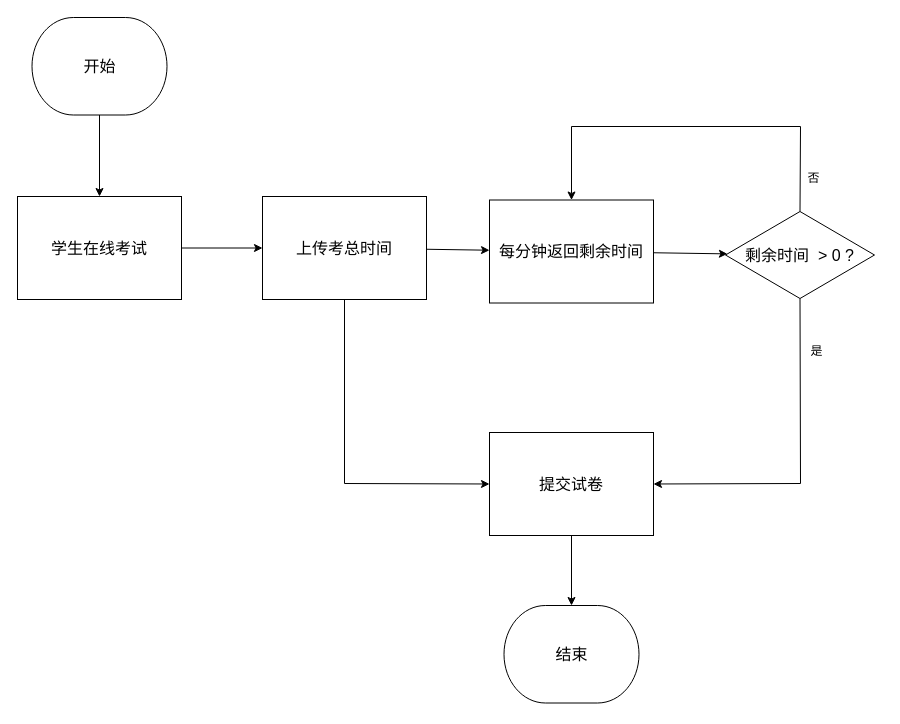
The draw.io diagram examinationSystemVue/src/4-3-4.drawio in Sakeyuan/Web-ExaminationSystem, before the edit. Source tidied: cells renumbered, new cells numbered last; positions are measured from the earlier drawing's top-left corner, leaving out a move shared by most shapes. Both pictures are drawn from the tidied source at 100%, with x=0, y=0 at pixel (17, 17).
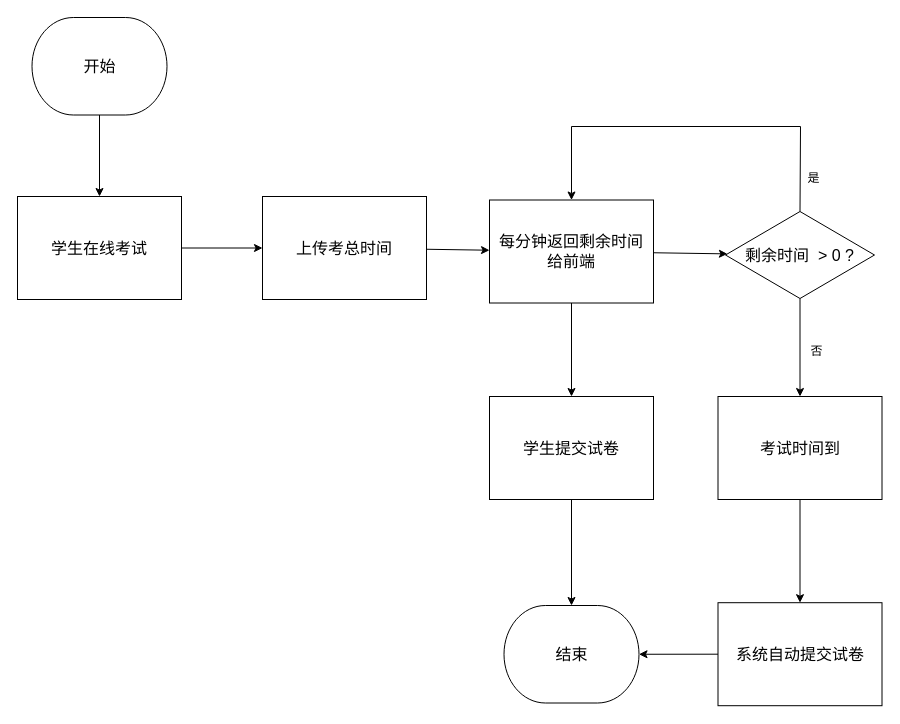
Above is the later version.

Unchanged cells that the change refers to:
```xml
<mxCell id="6" value="&lt;span style=&quot;font-size: 16px;&quot;&gt;上传考总时间&lt;/span&gt;" style="rounded=0;whiteSpace=wrap;html=1;fillColor=#FFFFFF;strokeColor=#000000;strokeWidth=1;fontColor=#000000;fontSize=16;" parent="1" vertex="1">
  <mxGeometry x="245" y="179" width="164" height="103" as="geometry" />
</mxCell>
<mxCell id="9" value="结束" style="strokeWidth=1;html=1;shape=mxgraph.flowchart.terminator;whiteSpace=wrap;fillColor=#FFFFFF;strokeColor=#000000;fontColor=#000000;fontSize=16;" parent="1" vertex="1">
  <mxGeometry x="486.5" y="588" width="135" height="97.5" as="geometry" />
</mxCell>
<mxCell id="14" value="剩余时间&amp;nbsp; &amp;gt; 0 ?" style="rhombus;whiteSpace=wrap;html=1;fontSize=16;fillColor=#FFFFFF;strokeColor=#000000;fontColor=#000000;rounded=0;strokeWidth=1;" parent="1" vertex="1">
  <mxGeometry x="708" y="194" width="149" height="87" as="geometry" />
</mxCell>
```

Diff of the diagram source:
```diff
@@
-    <mxCell id="5" style="edgeStyle=none;html=1;exitX=0.5;exitY=1;exitDx=0;exitDy=0;entryX=0;entryY=0.5;entryDx=0;entryDy=0;strokeColor=#000000;rounded=0;" parent="1" edge="1" source="6" target="16">
-      <mxGeometry relative="1" as="geometry">
-        <Array as="points">
-          <mxPoint x="327" y="466" />
-        </Array>
-      </mxGeometry>
-    </mxCell>
@@
+    <mxCell id="19" style="edgeStyle=none;html=1;exitX=0.5;exitY=1;exitDx=0;exitDy=0;entryX=0.5;entryY=0;entryDx=0;entryDy=0;strokeColor=#000000;" parent="1" edge="1" source="11" target="16">
+      <mxGeometry relative="1" as="geometry" />
+    </mxCell>
-    <mxCell id="11" value="每分钟返回剩余时间" style="rounded=0;whiteSpace=wrap;html=1;fillColor=#FFFFFF;strokeColor=#000000;strokeWidth=1;fontColor=#000000;fontSize=16;" parent="1" vertex="1">
+    <mxCell id="11" value="每分钟返回剩余时间&lt;br&gt;给前端" style="rounded=0;whiteSpace=wrap;html=1;fillColor=#FFFFFF;strokeColor=#000000;strokeWidth=1;fontColor=#000000;fontSize=16;" parent="1" vertex="1">
       <mxGeometry x="472" y="182.5" width="164" height="103" as="geometry" />
     </mxCell>
@@
-    <mxCell id="13" style="edgeStyle=none;rounded=0;html=1;exitX=0.5;exitY=1;exitDx=0;exitDy=0;entryX=1;entryY=0.5;entryDx=0;entryDy=0;strokeColor=#000000;fontColor=#000000;" parent="1" edge="1" source="14" target="16">
-      <mxGeometry relative="1" as="geometry">
-        <Array as="points">
-          <mxPoint x="783" y="466" />
-        </Array>
-      </mxGeometry>
-    </mxCell>
+    <mxCell id="20" style="edgeStyle=none;html=1;exitX=0.5;exitY=1;exitDx=0;exitDy=0;entryX=0.5;entryY=0;entryDx=0;entryDy=0;strokeColor=#000000;" parent="1" edge="1" source="14" target="22">
+      <mxGeometry relative="1" as="geometry" />
+    </mxCell>
@@
-    <mxCell id="16" value="提交试卷" style="rounded=0;whiteSpace=wrap;html=1;fillColor=#FFFFFF;strokeColor=#000000;strokeWidth=1;fontColor=#000000;fontSize=16;" parent="1" vertex="1">
-      <mxGeometry x="472" y="415" width="164" height="103" as="geometry" />
+    <mxCell id="16" value="学生提交试卷" style="rounded=0;whiteSpace=wrap;html=1;fillColor=#FFFFFF;strokeColor=#000000;strokeWidth=1;fontColor=#000000;fontSize=16;" parent="1" vertex="1">
+      <mxGeometry x="472" y="379" width="164" height="103" as="geometry" />
     </mxCell>
-    <mxCell id="17" value="&lt;font color=&quot;#000000&quot;&gt;否&lt;/font&gt;" style="text;html=1;align=center;verticalAlign=middle;strokeColor=none;fillColor=none;" parent="1" vertex="1">
+    <mxCell id="17" value="&lt;font color=&quot;#000000&quot;&gt;是&lt;/font&gt;" style="text;html=1;align=center;verticalAlign=middle;strokeColor=none;fillColor=none;" parent="1" vertex="1">
       <mxGeometry x="781" y="148" width="30" height="26" as="geometry" />
     </mxCell>
-    <mxCell id="18" value="是" style="text;html=1;align=center;verticalAlign=middle;strokeColor=none;fillColor=none;fontColor=#000000;" parent="1" vertex="1">
+    <mxCell id="18" value="否" style="text;html=1;align=center;verticalAlign=middle;strokeColor=none;fillColor=none;fontColor=#000000;" parent="1" vertex="1">
       <mxGeometry x="784" y="321" width="30" height="26" as="geometry" />
     </mxCell>
+    <mxCell id="21" style="edgeStyle=none;html=1;strokeColor=#000000;" parent="1" edge="1" source="22" target="24">
+      <mxGeometry relative="1" as="geometry" />
+    </mxCell>
+    <mxCell id="22" value="考试时间到" style="rounded=0;whiteSpace=wrap;html=1;fillColor=#FFFFFF;strokeColor=#000000;strokeWidth=1;fontColor=#000000;fontSize=16;" parent="1" vertex="1">
+      <mxGeometry x="700.5" y="379" width="164" height="103" as="geometry" />
+    </mxCell>
+    <mxCell id="23" style="edgeStyle=none;html=1;exitX=0;exitY=0.5;exitDx=0;exitDy=0;entryX=1;entryY=0.5;entryDx=0;entryDy=0;entryPerimeter=0;strokeColor=#000000;" parent="1" edge="1" source="24" target="9">
+      <mxGeometry relative="1" as="geometry" />
+    </mxCell>
+    <mxCell id="24" value="系统自动提交试卷" style="rounded=0;whiteSpace=wrap;html=1;fillColor=#FFFFFF;strokeColor=#000000;strokeWidth=1;fontColor=#000000;fontSize=16;" parent="1" vertex="1">
+      <mxGeometry x="700.5" y="585.2" width="164" height="103" as="geometry" />
+    </mxCell>
```
